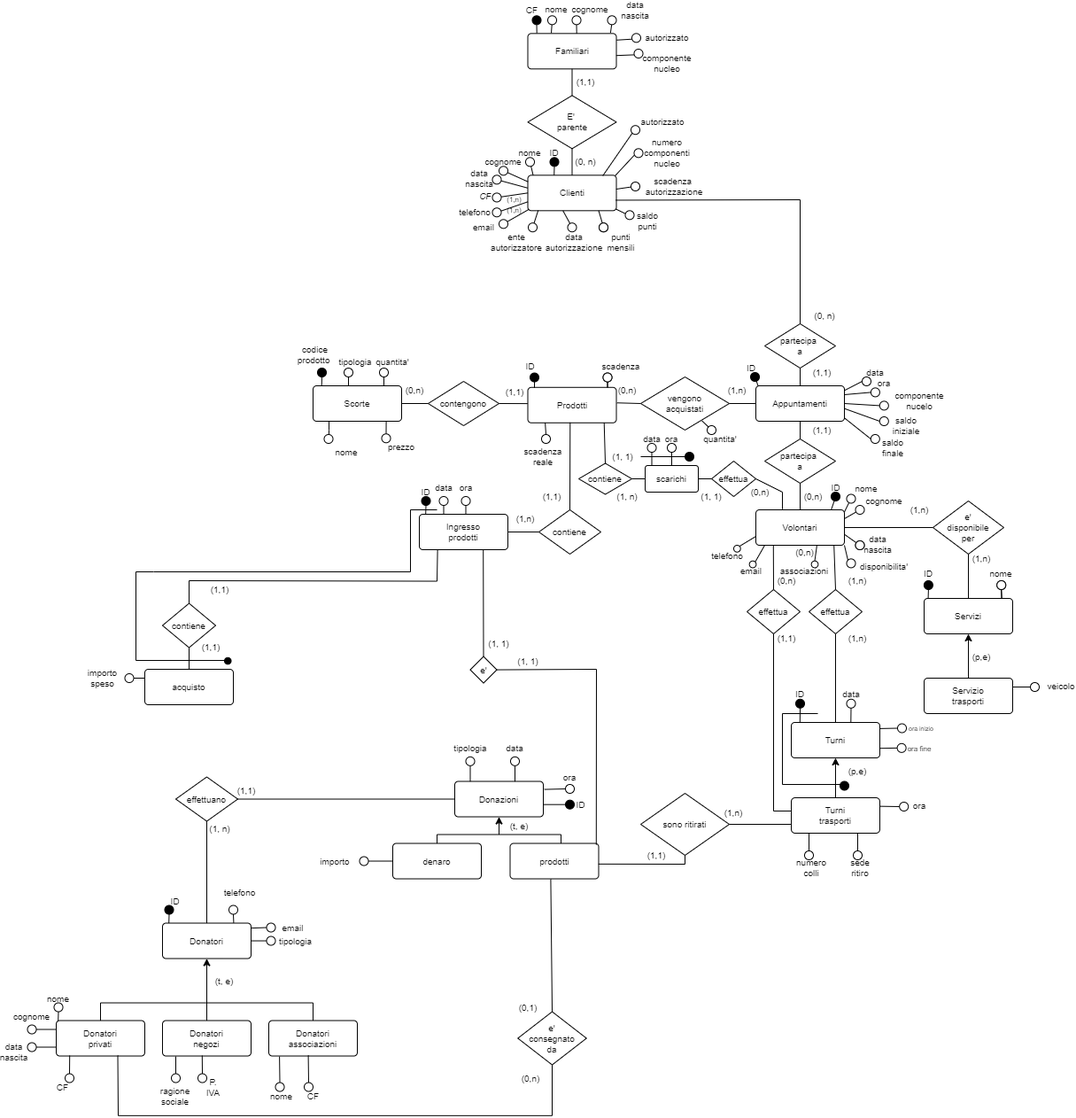
Earlier version of the draw.io export parte_1/deliverable/media/social_market_v2.drawio.png (ChristianParodi/progetto-BDD). Source tidied: cells renumbered, new cells last; positions are measured from the earlier drawing's top-left corner, leaving out a move shared by most shapes.
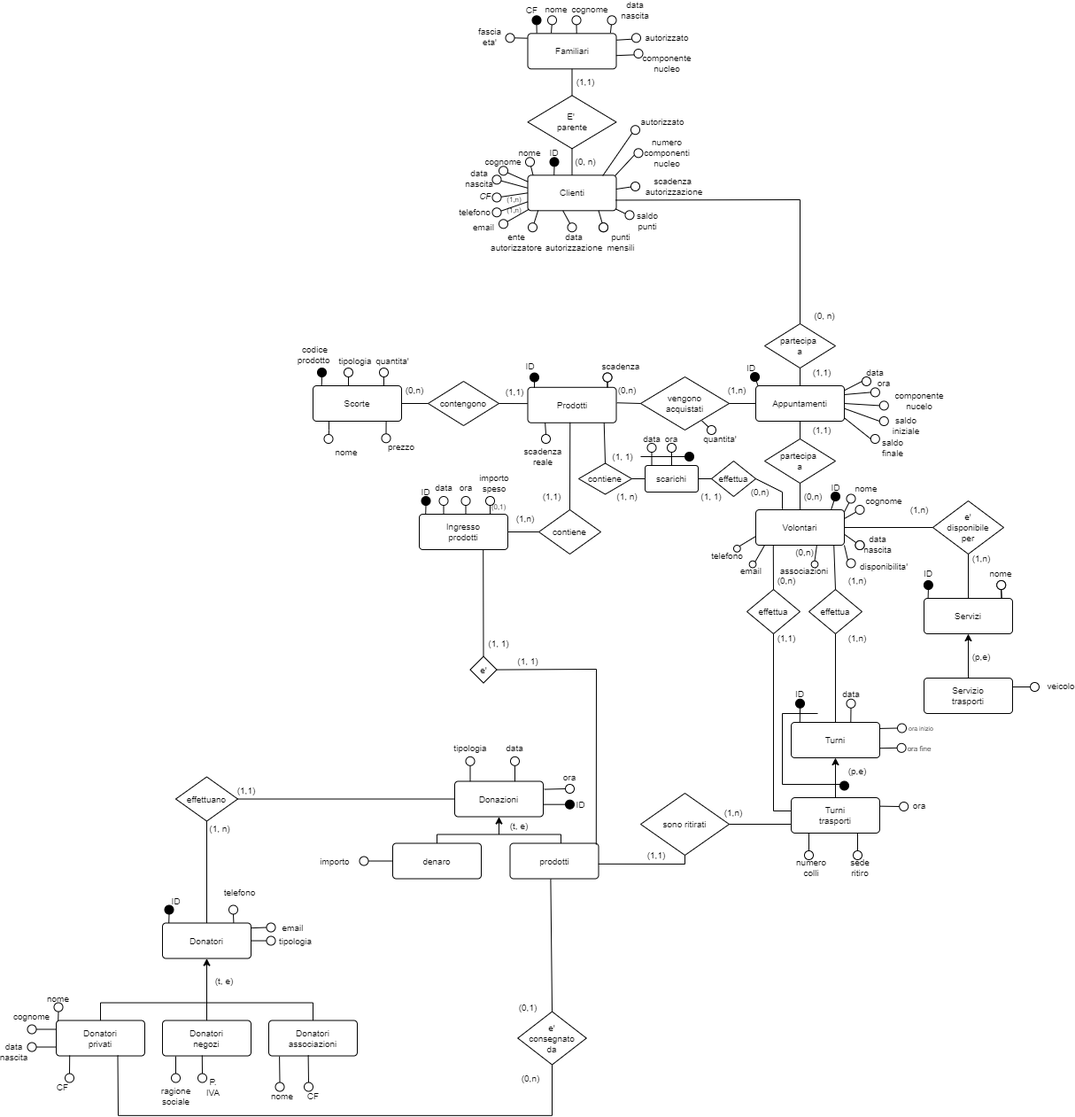
After the commit.

Commit message:
Modificati diversi aspetti dello schema concettuale e logico, tra cui:

What changed in the source:
```diff
@@ -72,9 +72,6 @@
     <mxCell id="23" value="Ingresso&lt;br style=&quot;font-size: 10px;&quot;&gt;prodotti" style="rounded=1;arcSize=10;whiteSpace=wrap;html=1;align=center;fontSize=10;" parent="1" vertex="1">
       <mxGeometry x="470" y="575" width="100" height="40" as="geometry" />
     </mxCell>
-    <mxCell id="24" value="acquisto" style="rounded=1;arcSize=10;whiteSpace=wrap;html=1;align=center;fontSize=10;" parent="1" vertex="1">
-      <mxGeometry x="160" y="750" width="100" height="40" as="geometry" />
-    </mxCell>
     <mxCell id="25" value="Donazioni" style="rounded=1;arcSize=10;whiteSpace=wrap;html=1;align=center;fontSize=10;" parent="1" vertex="1">
       <mxGeometry x="510" y="876.5" width="100" height="40" as="geometry" />
     </mxCell>
@@ -138,29 +135,6 @@
         <mxPoint x="900" y="220" as="targetPoint" />
       </mxGeometry>
     </mxCell>
-    <mxCell id="44" value="contiene" style="shape=rhombus;perimeter=rhombusPerimeter;whiteSpace=wrap;html=1;align=center;fontSize=10;" parent="1" vertex="1">
-      <mxGeometry x="180" y="675.6" width="60" height="50" as="geometry" />
-    </mxCell>
-    <mxCell id="45" style="endArrow=none;html=1;rounded=0;fontSize=10;" parent="1" edge="1">
-      <mxGeometry relative="1" as="geometry">
-        <mxPoint x="210" y="650" as="sourcePoint" />
-        <mxPoint x="490" y="650.6" as="targetPoint" />
-      </mxGeometry>
-    </mxCell>
-    <mxCell id="46" style="endArrow=none;html=1;rounded=0;exitX=0.5;exitY=0;exitDx=0;exitDy=0;fontSize=10;" parent="1" edge="1" source="44">
-      <mxGeometry relative="1" as="geometry">
-        <mxPoint x="210" y="650" as="targetPoint" />
-      </mxGeometry>
-    </mxCell>
-    <mxCell id="47" style="endArrow=none;html=1;rounded=0;exitX=0.706;exitY=0.986;exitDx=0;exitDy=0;exitPerimeter=0;fontSize=10;" parent="1" edge="1">
-      <mxGeometry relative="1" as="geometry">
-        <mxPoint x="490.6" y="615" as="sourcePoint" />
-        <mxPoint x="490" y="650.6" as="targetPoint" />
-      </mxGeometry>
-    </mxCell>
-    <mxCell id="48" style="endArrow=none;html=1;rounded=0;exitX=0.5;exitY=0;exitDx=0;exitDy=0;entryX=0.5;entryY=1;entryDx=0;entryDy=0;fontSize=10;" parent="1" edge="1" source="24" target="44">
-      <mxGeometry relative="1" as="geometry" />
-    </mxCell>
     <mxCell id="49" style="endArrow=none;html=1;rounded=0;exitX=0.5;exitY=0;exitDx=0;exitDy=0;fontSize=10;" parent="1" edge="1" source="20">
       <mxGeometry relative="1" as="geometry">
         <mxPoint x="110" y="1126.5" as="targetPoint" />
@@ -275,12 +249,6 @@
     <mxCell id="81" value="(1,1)" style="text;html=1;strokeColor=none;fillColor=none;align=center;verticalAlign=middle;whiteSpace=wrap;rounded=0;fontSize=10;" parent="1" vertex="1">
       <mxGeometry x="605" y="550" width="30" height="10" as="geometry" />
     </mxCell>
-    <mxCell id="82" value="(1,1)" style="text;html=1;strokeColor=none;fillColor=none;align=center;verticalAlign=middle;whiteSpace=wrap;rounded=0;fontSize=10;" parent="1" vertex="1">
-      <mxGeometry x="220" y="720" width="30" height="10" as="geometry" />
-    </mxCell>
-    <mxCell id="83" value="(1,1)" style="text;html=1;strokeColor=none;fillColor=none;align=center;verticalAlign=middle;whiteSpace=wrap;rounded=0;fontSize=10;" parent="1" vertex="1">
-      <mxGeometry x="230" y="655" width="30" height="10" as="geometry" />
-    </mxCell>
     <mxCell id="84" value="(1,1)" style="text;html=1;strokeColor=none;fillColor=none;align=center;verticalAlign=middle;whiteSpace=wrap;rounded=0;fontSize=10;" parent="1" vertex="1">
       <mxGeometry x="260" y="881.5" width="30" height="10" as="geometry" />
     </mxCell>
@@ -853,48 +821,6 @@
     <mxCell id="262" value="ID" style="text;html=1;strokeColor=none;fillColor=none;align=center;verticalAlign=middle;whiteSpace=wrap;rounded=0;fontSize=10;" parent="1" vertex="1">
       <mxGeometry x="640" y="897.7" width="25" height="10" as="geometry" />
     </mxCell>
-    <mxCell id="263" style="endArrow=none;html=1;rounded=0;exitX=0;exitY=0.25;exitDx=0;exitDy=0;fontSize=10;" parent="1" edge="1" source="24" target="264">
-      <mxGeometry relative="1" as="geometry" />
-    </mxCell>
-    <mxCell id="264" style="ellipse;whiteSpace=wrap;html=1;labelBackgroundColor=none;fillColor=#FFFFFF;fontSize=10;" parent="1" vertex="1">
-      <mxGeometry x="137.5" y="755" width="10" height="10" as="geometry" />
-    </mxCell>
-    <mxCell id="265" value="importo speso" style="text;html=1;strokeColor=none;fillColor=none;align=center;verticalAlign=middle;whiteSpace=wrap;rounded=0;fontSize=10;" parent="1" vertex="1">
-      <mxGeometry x="100" y="755" width="25" height="10" as="geometry" />
-    </mxCell>
-    <mxCell id="266" style="endArrow=none;html=1;rounded=0;fontSize=10;" parent="1" edge="1">
-      <mxGeometry relative="1" as="geometry">
-        <mxPoint x="460" y="570" as="sourcePoint" />
-        <mxPoint x="490" y="570" as="targetPoint" />
-      </mxGeometry>
-    </mxCell>
-    <mxCell id="267" style="endArrow=none;html=1;rounded=0;fontSize=10;" parent="1" edge="1">
-      <mxGeometry relative="1" as="geometry">
-        <mxPoint x="460" y="640" as="sourcePoint" />
-        <mxPoint x="460" y="570" as="targetPoint" />
-      </mxGeometry>
-    </mxCell>
-    <mxCell id="268" style="endArrow=none;html=1;rounded=0;fontSize=10;" parent="1" edge="1">
-      <mxGeometry relative="1" as="geometry">
-        <mxPoint x="170" y="640" as="sourcePoint" />
-        <mxPoint x="460" y="640" as="targetPoint" />
-      </mxGeometry>
-    </mxCell>
-    <mxCell id="269" style="endArrow=none;html=1;rounded=0;fontSize=10;" parent="1" edge="1">
-      <mxGeometry relative="1" as="geometry">
-        <mxPoint x="150" y="740" as="sourcePoint" />
-        <mxPoint x="150" y="640" as="targetPoint" />
-      </mxGeometry>
-    </mxCell>
-    <mxCell id="270" style="endArrow=none;html=1;rounded=0;fontSize=10;" parent="1" edge="1">
-      <mxGeometry relative="1" as="geometry">
-        <mxPoint x="150" y="640" as="sourcePoint" />
-        <mxPoint x="170" y="640" as="targetPoint" />
-      </mxGeometry>
-    </mxCell>
-    <mxCell id="271" style="ellipse;whiteSpace=wrap;html=1;fontSize=10;fillColor=#000000;gradientColor=none;" parent="1" vertex="1">
-      <mxGeometry x="250" y="736.8" width="7.5" height="7.5" as="geometry" />
-    </mxCell>
     <mxCell id="272" style="endArrow=none;html=1;rounded=0;exitX=0.046;exitY=-0.014;exitDx=0;exitDy=0;exitPerimeter=0;entryX=0.5;entryY=1;entryDx=0;entryDy=0;fontSize=10;" parent="1" edge="1" source="15" target="274">
       <mxGeometry relative="1" as="geometry" />
     </mxCell>
@@ -1195,12 +1121,6 @@
     <mxCell id="354" style="edgeStyle=orthogonalEdgeStyle;rounded=0;orthogonalLoop=1;jettySize=auto;html=1;exitX=0.5;exitY=1;exitDx=0;exitDy=0;fontSize=10;" parent="1" edge="1" source="142" target="142">
       <mxGeometry relative="1" as="geometry" />
     </mxCell>
-    <mxCell id="355" style="endArrow=none;html=1;rounded=0;" parent="1" edge="1">
-      <mxGeometry relative="1" as="geometry">
-        <mxPoint x="150" y="740" as="sourcePoint" />
-        <mxPoint x="250" y="740" as="targetPoint" />
-      </mxGeometry>
-    </mxCell>
     <mxCell id="356" style="endArrow=none;html=1;rounded=0;entryX=1.007;entryY=0.437;entryDx=0;entryDy=0;entryPerimeter=0;" parent="1" edge="1" target="13">
       <mxGeometry relative="1" as="geometry">
         <mxPoint x="720" y="450" as="sourcePoint" />
@@ -1286,5 +1206,28 @@
     <mxCell id="377" value="scadenza&amp;nbsp;&lt;br&gt;autorizzazione" style="text;html=1;strokeColor=none;fillColor=none;align=center;verticalAlign=middle;whiteSpace=wrap;rounded=0;fontSize=10;" parent="1" vertex="1">
       <mxGeometry x="742.5" y="200" width="30" height="10" as="geometry" />
     </mxCell>
+    <mxCell id="378" style="endArrow=none;html=1;rounded=0;exitX=-0.003;exitY=0.134;exitDx=0;exitDy=0;exitPerimeter=0;fontSize=10;" parent="1" edge="1" source="3" target="379">
+      <mxGeometry relative="1" as="geometry" />
+    </mxCell>
+    <mxCell id="379" style="ellipse;whiteSpace=wrap;html=1;fontSize=10;" parent="1" vertex="1">
+      <mxGeometry x="567.5" y="32.3" width="10" height="10" as="geometry" />
+    </mxCell>
+    <mxCell id="380" value="fascia eta'" style="text;html=1;strokeColor=none;fillColor=none;align=center;verticalAlign=middle;whiteSpace=wrap;rounded=0;fontSize=10;" parent="1" vertex="1">
+      <mxGeometry x="535" y="31.2" width="30" height="10" as="geometry" />
+    </mxCell>
+    <mxCell id="381" style="endArrow=none;html=1;rounded=0;exitX=0.25;exitY=0;exitDx=0;exitDy=0;fontSize=10;" parent="1" edge="1" target="382">
+      <mxGeometry relative="1" as="geometry">
+        <mxPoint x="550" y="575" as="sourcePoint" />
+      </mxGeometry>
+    </mxCell>
+    <mxCell id="382" style="ellipse;whiteSpace=wrap;html=1;fontSize=10;" parent="1" vertex="1">
+      <mxGeometry x="545" y="555" width="10" height="10" as="geometry" />
+    </mxCell>
+    <mxCell id="265" value="importo speso" style="text;html=1;strokeColor=none;fillColor=none;align=center;verticalAlign=middle;whiteSpace=wrap;rounded=0;fontSize=10;" parent="1" vertex="1">
+      <mxGeometry x="540" y="535" width="30" height="10" as="geometry" />
+    </mxCell>
+    <mxCell id="383" value="(0,1)" style="text;html=1;strokeColor=none;fillColor=none;align=center;verticalAlign=middle;whiteSpace=wrap;rounded=0;fontSize=8;" parent="1" vertex="1">
+      <mxGeometry x="545" y="562.5" width="30" height="10" as="geometry" />
+    </mxCell>
   </root>
 </mxGraphModel>
```
